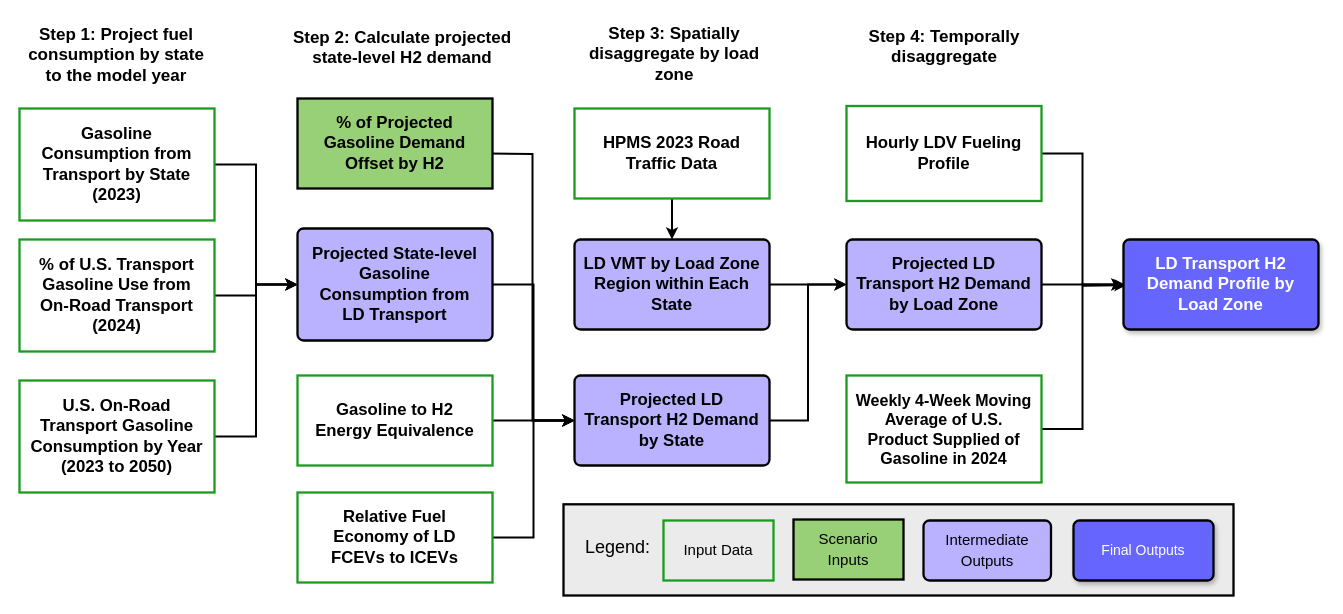
This is transport/ld_transport_methodology.drawio from nkong1/wecc-h2-demand, a draw.io file, before an edit. Source tidied: cells renumbered, new cells numbered last; positions are measured from the earlier drawing's top-left corner, leaving out a move shared by most shapes. Both pictures are drawn from the tidied source at 100%, with x=0, y=0 at pixel (16, 16).
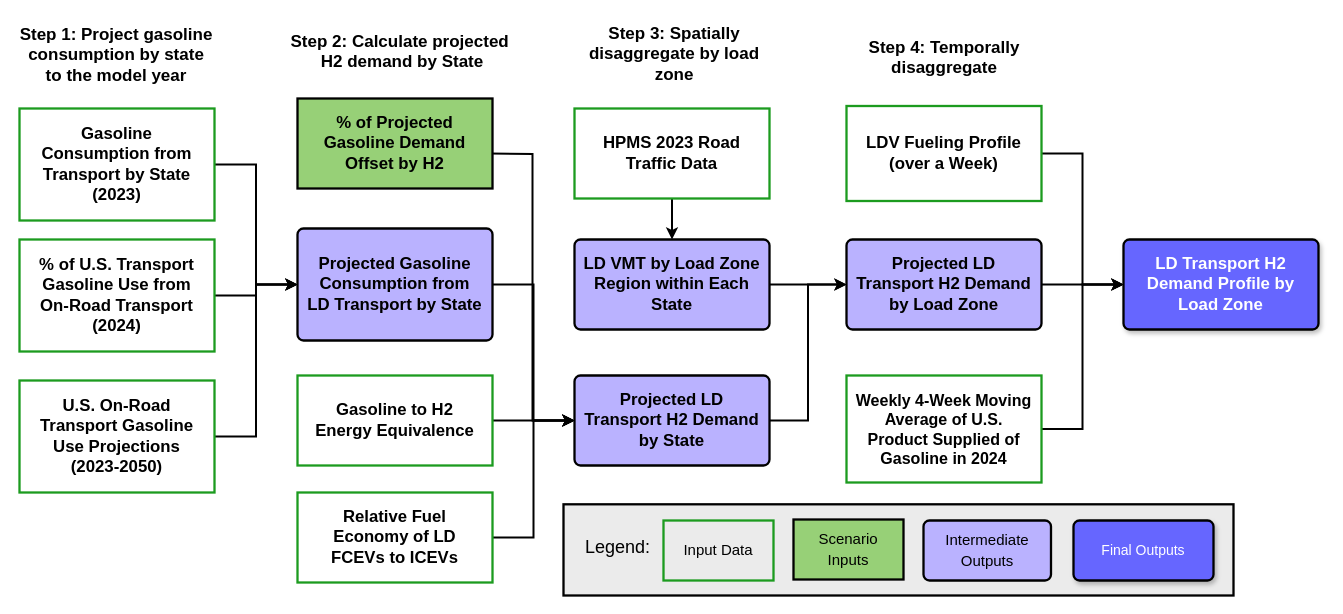
The same page after the edit.

Unchanged cells that the change refers to:
```xml
<mxCell id="31" value="Projected LD Transport H2 Demand by Load Zone" style="html=1;overflow=block;blockSpacing=1;whiteSpace=wrap;fontSize=16.8;fontStyle=1;align=center;spacing=9;strokeOpacity=100;fillOpacity=100;rounded=1;absoluteArcSize=1;arcSize=12;fillColor=#BAB2FF;strokeWidth=2.3;lucidId=Qf_jCI67Q3wd;" parent="1" vertex="1">
  <mxGeometry x="830" y="223" width="195" height="90" as="geometry" />
</mxCell>
<mxCell id="32" value="&lt;font&gt;LD Transport&amp;nbsp;H2 Demand Profile by Load Zone&lt;/font&gt;" style="html=1;overflow=block;blockSpacing=1;whiteSpace=wrap;fontSize=16.8;fontStyle=1;align=center;spacing=9;strokeOpacity=100;fillOpacity=100;rounded=1;absoluteArcSize=1;arcSize=12;strokeWidth=2.3;lucidId=Qf_jCI67Q3wd;shadow=1;fillColor=#6666FF;fontColor=#ffffff;strokeColor=#000000;" parent="1" vertex="1">
  <mxGeometry x="1107" y="223" width="195" height="90" as="geometry" />
</mxCell>
```

The edit, as a diff of the source:
```diff
@@
-    <mxCell id="8" value="U.S. On-Road Transport Gasoline Consumption by Year (2023 to 2050)" style="html=1;overflow=block;blockSpacing=1;whiteSpace=wrap;fontSize=16.8;fontStyle=1;align=center;spacing=9;strokeOpacity=100;fillOpacity=0;rounded=0;absoluteArcSize=1;arcSize=12;fillColor=#000000;strokeWidth=2.3;lucidId=fg6rZgMcyNaT;strokeColor=#1C9B1F;" parent="1" vertex="1">
+    <mxCell id="8" value="U.S. On-Road Transport Gasoline Use Projections (2023-2050)" style="html=1;overflow=block;blockSpacing=1;whiteSpace=wrap;fontSize=16.8;fontStyle=1;align=center;spacing=9;strokeOpacity=100;fillOpacity=0;rounded=0;absoluteArcSize=1;arcSize=12;fillColor=#000000;strokeWidth=2.3;lucidId=fg6rZgMcyNaT;strokeColor=#1C9B1F;" parent="1" vertex="1">
       <mxGeometry x="3" y="364" width="195" height="112" as="geometry" />
     </mxCell>
@@
-    <mxCell id="16" value="Hourly LDV Fueling Profile" style="html=1;overflow=block;blockSpacing=1;whiteSpace=wrap;fontSize=16.8;fontStyle=1;align=center;spacing=9;strokeOpacity=100;fillOpacity=100;rounded=0;absoluteArcSize=1;arcSize=12;strokeWidth=2.3;lucidId=vB_j5El_Hg4W;strokeColor=#1C9B1F;" parent="1" vertex="1">
+    <mxCell id="16" value="LDV Fueling Profile (over a Week)" style="html=1;overflow=block;blockSpacing=1;whiteSpace=wrap;fontSize=16.8;fontStyle=1;align=center;spacing=9;strokeOpacity=100;fillOpacity=100;rounded=0;absoluteArcSize=1;arcSize=12;strokeWidth=2.3;lucidId=vB_j5El_Hg4W;strokeColor=#1C9B1F;" parent="1" vertex="1">
       <mxGeometry x="830" y="89.5" width="195" height="95" as="geometry" />
     </mxCell>
@@
-    <mxCell id="21" value="Projected State-level Gasoline Consumption from LD Transport" style="html=1;overflow=block;blockSpacing=1;whiteSpace=wrap;fontSize=16.8;fontStyle=1;align=center;spacing=9;strokeOpacity=100;fillOpacity=100;rounded=1;absoluteArcSize=1;arcSize=12;fillColor=#BAB2FF;strokeWidth=2.3;lucidId=~h6rGYWSRmal;" parent="1" vertex="1">
+    <mxCell id="21" value="Projected Gasoline Consumption from LD Transport by State" style="html=1;overflow=block;blockSpacing=1;whiteSpace=wrap;fontSize=16.8;fontStyle=1;align=center;spacing=9;strokeOpacity=100;fillOpacity=100;rounded=1;absoluteArcSize=1;arcSize=12;fillColor=#BAB2FF;strokeWidth=2.3;lucidId=~h6rGYWSRmal;" parent="1" vertex="1">
       <mxGeometry x="281" y="212" width="195" height="112" as="geometry" />
     </mxCell>
@@
-    <mxCell id="26" value="&lt;span style=&quot;color: rgb(0, 0, 0); font-family: Helvetica; font-size: 17px; font-style: normal; font-variant-ligatures: normal; font-variant-caps: normal; font-weight: 700; letter-spacing: normal; orphans: 2; text-indent: 0px; text-transform: none; widows: 2; word-spacing: 0px; -webkit-text-stroke-width: 0px; white-space: normal; text-decoration-thickness: initial; text-decoration-style: initial; text-decoration-color: initial; float: none; display: inline !important;&quot;&gt;Step 1: Project fuel consumption by state to the model year&lt;/span&gt;" style="text;whiteSpace=wrap;html=1;align=center;" parent="1" vertex="1">
+    <mxCell id="26" value="&lt;span style=&quot;color: rgb(0, 0, 0); font-family: Helvetica; font-size: 17px; font-style: normal; font-variant-ligatures: normal; font-variant-caps: normal; font-weight: 700; letter-spacing: normal; orphans: 2; text-indent: 0px; text-transform: none; widows: 2; word-spacing: 0px; -webkit-text-stroke-width: 0px; white-space: normal; text-decoration-thickness: initial; text-decoration-style: initial; text-decoration-color: initial; float: none; display: inline !important;&quot;&gt;Step 1: Project gasoline consumption by state to the model year&lt;/span&gt;" style="text;whiteSpace=wrap;html=1;align=center;" parent="1" vertex="1">
       <mxGeometry x="0.5" y="2" width="197.5" height="70" as="geometry" />
     </mxCell>
-    <mxCell id="27" value="&lt;span style=&quot;color: rgb(0, 0, 0); font-family: Helvetica; font-size: 17px; font-style: normal; font-variant-ligatures: normal; font-variant-caps: normal; font-weight: 700; letter-spacing: normal; orphans: 2; text-indent: 0px; text-transform: none; widows: 2; word-spacing: 0px; -webkit-text-stroke-width: 0px; white-space: normal; text-decoration-thickness: initial; text-decoration-style: initial; text-decoration-color: initial; float: none; display: inline !important;&quot;&gt;Step 2: Calculate projected state-level H2 demand&lt;/span&gt;" style="text;whiteSpace=wrap;html=1;align=center;labelBackgroundColor=none;" parent="1" vertex="1">
-      <mxGeometry x="271" y="4.5" width="230" height="51" as="geometry" />
+    <mxCell id="27" value="&lt;span style=&quot;color: rgb(0, 0, 0); font-family: Helvetica; font-size: 17px; font-style: normal; font-variant-ligatures: normal; font-variant-caps: normal; font-weight: 700; letter-spacing: normal; orphans: 2; text-indent: 0px; text-transform: none; widows: 2; word-spacing: 0px; -webkit-text-stroke-width: 0px; white-space: normal; text-decoration-thickness: initial; text-decoration-style: initial; text-decoration-color: initial; float: none; display: inline !important;&quot;&gt;Step 2: Calculate projected&amp;nbsp; H2 demand by State&lt;/span&gt;" style="text;whiteSpace=wrap;html=1;align=center;labelBackgroundColor=none;" parent="1" vertex="1">
+      <mxGeometry x="271" y="8.5" width="230" height="51" as="geometry" />
     </mxCell>
@@
     <mxCell id="29" value="&lt;span style=&quot;font-family: Helvetica; font-size: 17px; font-style: normal; font-variant-ligatures: normal; font-variant-caps: normal; font-weight: 700; letter-spacing: normal; orphans: 2; text-indent: 0px; text-transform: none; widows: 2; word-spacing: 0px; -webkit-text-stroke-width: 0px; white-space: normal; text-decoration-thickness: initial; text-decoration-style: initial; text-decoration-color: initial; float: none; display: inline !important;&quot;&gt;Step 4: Temporally disaggregate&lt;/span&gt;" style="text;whiteSpace=wrap;html=1;fontColor=default;labelBackgroundColor=none;align=center;" parent="1" vertex="1">
-      <mxGeometry x="832.5" y="4" width="190" height="50" as="geometry" />
+      <mxGeometry x="832.5" y="15" width="190" height="50" as="geometry" />
     </mxCell>
-    <mxCell id="30" style="edgeStyle=orthogonalEdgeStyle;rounded=0;jettySize=auto;html=1;exitX=1;exitY=0.5;exitDx=0;exitDy=0;strokeWidth=2;" parent="1" edge="1" source="31">
-      <mxGeometry relative="1" as="geometry">
-        <mxPoint x="1110" y="268.7" as="targetPoint" />
-      </mxGeometry>
-    </mxCell>
+    <mxCell id="39" style="edgeStyle=orthogonalEdgeStyle;rounded=0;jettySize=auto;html=1;exitX=1;exitY=0.5;exitDx=0;exitDy=0;strokeWidth=2;" parent="1" edge="1" source="31" target="32">
+      <mxGeometry relative="1" as="geometry" />
+    </mxCell>
```
